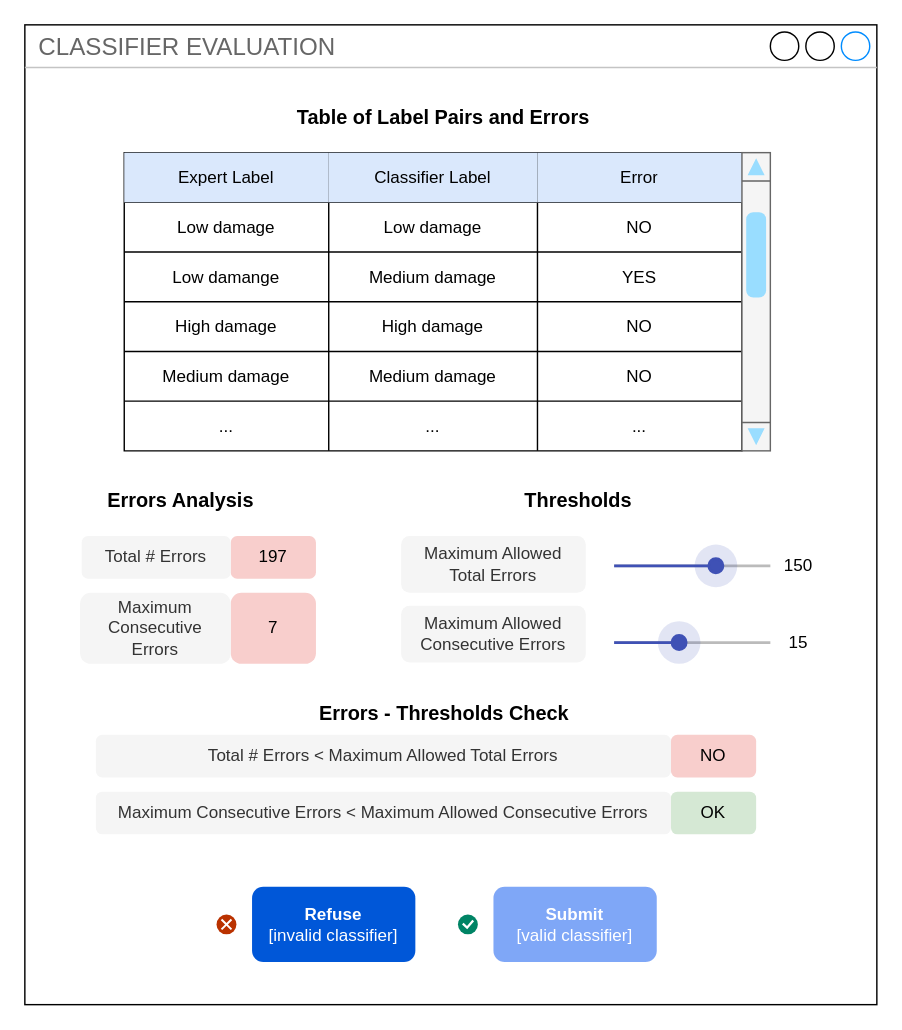
Earlier version of the draw.io diagram evaluate classifier (Jaco)/EVALUATE_CLASSIFIER.drawio (BaffoBello14/AutomaticDamagesRecognition). Source tidied: cells renumbered, new cells numbered last; positions are measured from the earlier drawing's top-left corner, leaving out a move shared by most shapes. Both pictures are drawn from the tidied source at 142%, with x=0, y=0 at pixel (24, 24).
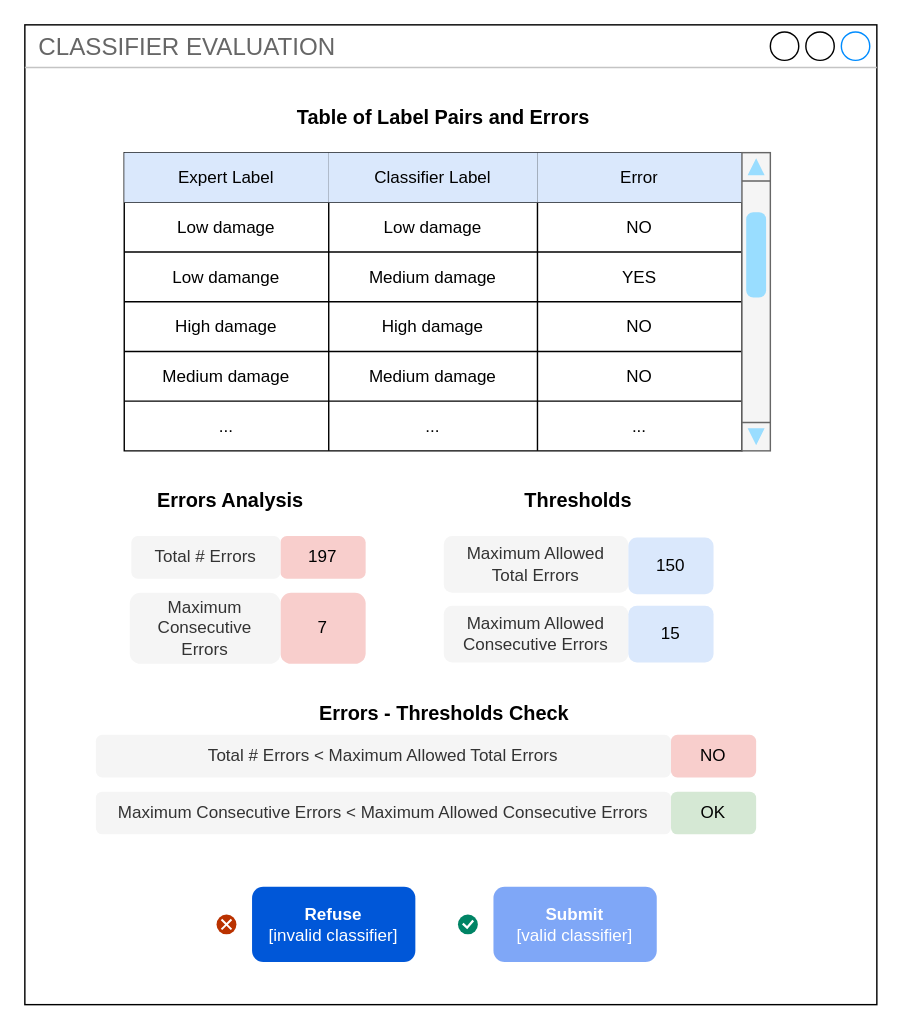
After the change.

Change to the diagram source:
```diff
@@
     <mxCell id="7" value="Errors Analysis" style="text;html=1;strokeColor=none;fillColor=none;align=center;verticalAlign=middle;whiteSpace=wrap;rounded=0;fontStyle=1;fontSize=14;" parent="1" vertex="1">
-      <mxGeometry x="25" y="320" width="170" height="30" as="geometry" />
+      <mxGeometry x="60" y="320" width="170" height="30" as="geometry" />
     </mxCell>
     <mxCell id="8" value="7" style="text;html=1;strokeColor=none;fillColor=#f8cecc;align=center;verticalAlign=middle;whiteSpace=wrap;rounded=1;" parent="1" vertex="1">
-      <mxGeometry x="145" y="400" width="60" height="50" as="geometry" />
+      <mxGeometry x="180" y="400" width="60" height="50" as="geometry" />
     </mxCell>
     <mxCell id="9" value="197" style="text;html=1;strokeColor=none;fillColor=#f8cecc;align=center;verticalAlign=middle;whiteSpace=wrap;rounded=1;" parent="1" vertex="1">
-      <mxGeometry x="145" y="360" width="60" height="30" as="geometry" />
+      <mxGeometry x="180" y="360" width="60" height="30" as="geometry" />
     </mxCell>
     <mxCell id="10" value="Total # Errors" style="text;html=1;strokeColor=none;fillColor=#f5f5f5;align=center;verticalAlign=middle;whiteSpace=wrap;rounded=1;fontColor=#333333;" parent="1" vertex="1">
-      <mxGeometry x="40" y="360" width="105" height="30" as="geometry" />
+      <mxGeometry x="75" y="360" width="105" height="30" as="geometry" />
     </mxCell>
     <mxCell id="11" value="Maximum Consecutive &lt;br&gt;Errors" style="text;html=1;strokeColor=none;fillColor=#f5f5f5;align=center;verticalAlign=middle;whiteSpace=wrap;rounded=1;fontColor=#333333;" parent="1" vertex="1">
-      <mxGeometry x="38.9" y="400" width="106.1" height="50" as="geometry" />
+      <mxGeometry x="73.9" y="400" width="106.1" height="50" as="geometry" />
     </mxCell>
@@
     <mxCell id="13" value="Maximum Allowed &lt;br&gt;Total Errors" style="text;html=1;strokeColor=none;fillColor=#f5f5f5;align=center;verticalAlign=middle;whiteSpace=wrap;rounded=1;fontColor=#333333;" parent="1" vertex="1">
-      <mxGeometry x="265" y="360" width="130" height="40" as="geometry" />
+      <mxGeometry x="295" y="360" width="130" height="40" as="geometry" />
     </mxCell>
-    <mxCell id="14" style="dashed=0;verticalLabelPosition=bottom;verticalAlign=top;align=center;shape=mxgraph.gmdl.sliderFocused;barPos=65.17;strokeColor=#3F51B5;opacity=100;strokeWidth=2;fillColor=#3F51B5;handleSize=30;shadow=0;html=1;" parent="1" vertex="1">
-      <mxGeometry x="415" y="366" width="110" height="30" as="geometry" />
-    </mxCell>
-    <mxCell id="15" value="150" style="text;html=1;align=center;verticalAlign=middle;whiteSpace=wrap;rounded=1;" parent="1" vertex="1">
-      <mxGeometry x="515" y="361" width="60" height="40" as="geometry" />
+    <mxCell id="15" value="150" style="text;html=1;align=center;verticalAlign=middle;whiteSpace=wrap;rounded=1;fillColor=#dae8fc;strokeColor=none;" parent="1" vertex="1">
+      <mxGeometry x="425" y="361" width="60" height="40" as="geometry" />
     </mxCell>
     <mxCell id="16" value="Maximum Allowed &lt;br&gt;Consecutive Errors" style="text;html=1;strokeColor=none;fillColor=#f5f5f5;align=center;verticalAlign=middle;whiteSpace=wrap;rounded=1;fontColor=#333333;" parent="1" vertex="1">
-      <mxGeometry x="265" y="409" width="130" height="40" as="geometry" />
+      <mxGeometry x="295" y="409" width="130" height="40" as="geometry" />
     </mxCell>
-    <mxCell id="17" style="dashed=0;verticalLabelPosition=bottom;verticalAlign=top;align=center;shape=mxgraph.gmdl.sliderFocused;barPos=41.64;strokeColor=#3F51B5;opacity=100;strokeWidth=2;fillColor=#3F51B5;handleSize=30;shadow=0;html=1;" parent="1" vertex="1">
-      <mxGeometry x="415" y="420" width="110" height="30" as="geometry" />
-    </mxCell>
-    <mxCell id="18" value="15" style="text;html=1;align=center;verticalAlign=middle;whiteSpace=wrap;rounded=1;" parent="1" vertex="1">
-      <mxGeometry x="515" y="415" width="60" height="40" as="geometry" />
+    <mxCell id="18" value="15" style="text;html=1;align=center;verticalAlign=middle;whiteSpace=wrap;rounded=1;fillColor=#dae8fc;strokeColor=none;" parent="1" vertex="1">
+      <mxGeometry x="425" y="409" width="60" height="40" as="geometry" />
     </mxCell>
```
